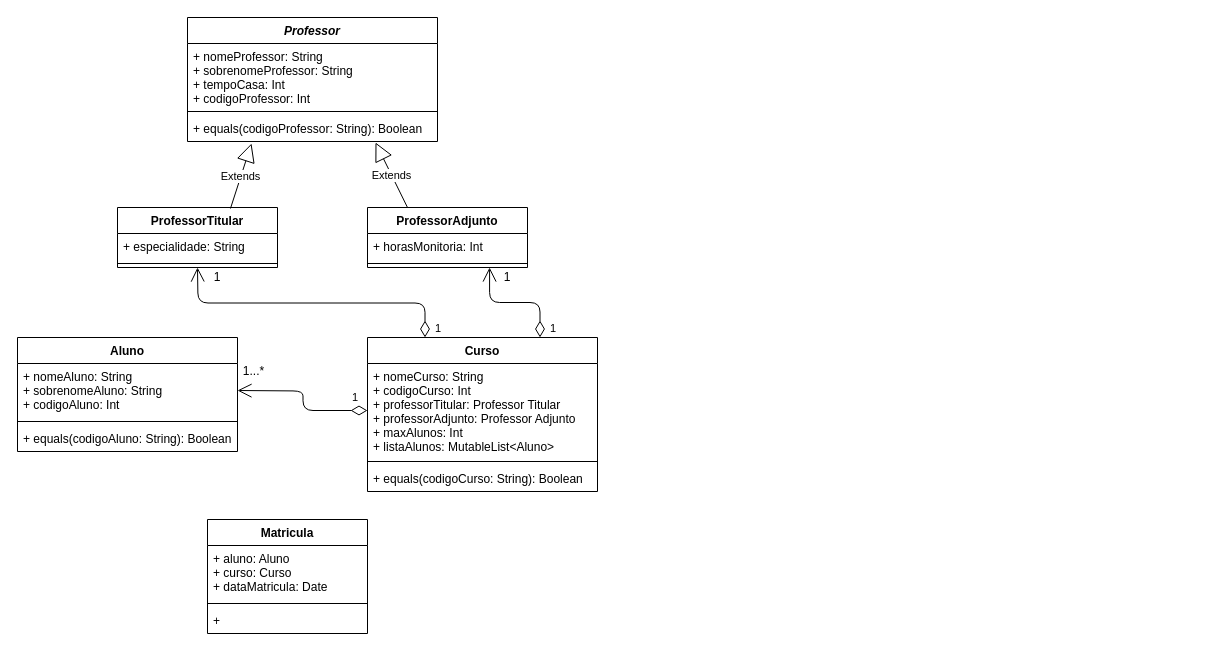
Before: DesafioKotlin_UML.drawio in marina-saito/DH_Desafio_Kotlin, a draw.io diagram. Source tidied: cells renumbered, new cells numbered last; positions are measured from the earlier drawing's top-left corner, leaving out a move shared by most shapes. Both pictures are drawn from the tidied source at 100%, with x=0, y=0 at pixel (17, 17).
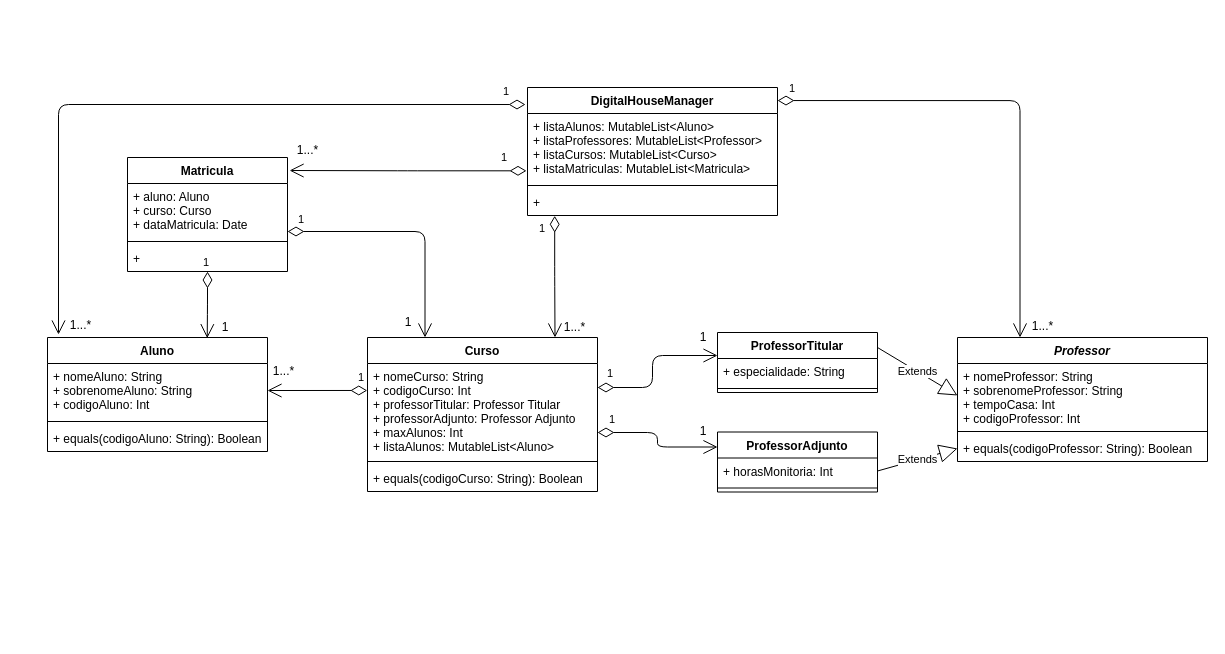
Above is the later version.

Commit message (it also covers changes not shown here):
Parte G - Criação da classe DigitalHouseManager

The change refers to these unchanged cells:
```xml
<mxCell id="6" value="+ horasMonitoria: Int" style="text;strokeColor=none;fillColor=none;align=left;verticalAlign=top;spacingLeft=4;spacingRight=4;overflow=hidden;points=[[0,0.5],[1,0.5]];portConstraint=eastwest;" parent="5" vertex="1">
  <mxGeometry y="26" width="160" height="26" as="geometry" />
</mxCell>
<mxCell id="7" style="line;strokeWidth=1;fillColor=none;align=left;verticalAlign=middle;spacingTop=-1;spacingLeft=3;spacingRight=3;labelPosition=right;points=[];portConstraint=eastwest;" parent="5" vertex="1">
  <mxGeometry y="52" width="160" height="8" as="geometry" />
</mxCell>
<mxCell id="9" value="+ nomeProfessor: String&#10;+ sobrenomeProfessor: String&#10;+ tempoCasa: Int&#10;+ codigoProfessor: Int" style="text;strokeColor=none;fillColor=none;align=left;verticalAlign=top;spacingLeft=4;spacingRight=4;overflow=hidden;points=[[0,0.5],[1,0.5]];portConstraint=eastwest;" parent="8" vertex="1">
  <mxGeometry y="26" width="250" height="64" as="geometry" />
</mxCell>
<mxCell id="11" value="+ equals(codigoProfessor: String): Boolean" style="text;strokeColor=none;fillColor=none;align=left;verticalAlign=top;spacingLeft=4;spacingRight=4;overflow=hidden;points=[[0,0.5],[1,0.5]];portConstraint=eastwest;" parent="8" vertex="1">
  <mxGeometry y="98" width="250" height="26" as="geometry" />
</mxCell>
<mxCell id="19" value="+ nomeAluno: String&#10;+ sobrenomeAluno: String&#10;+ codigoAluno: Int" style="text;strokeColor=none;fillColor=none;align=left;verticalAlign=top;spacingLeft=4;spacingRight=4;overflow=hidden;points=[[0,0.5],[1,0.5]];portConstraint=eastwest;" parent="18" vertex="1">
  <mxGeometry y="26" width="220" height="54" as="geometry" />
</mxCell>
<mxCell id="29" value="+ aluno: Aluno&#10;+ curso: Curso&#10;+ dataMatricula: Date" style="text;strokeColor=none;fillColor=none;align=left;verticalAlign=top;spacingLeft=4;spacingRight=4;overflow=hidden;points=[[0,0.5],[1,0.5]];portConstraint=eastwest;" parent="28" vertex="1">
  <mxGeometry y="26" width="160" height="54" as="geometry" />
</mxCell>
```

The edit, as a diff of the source:
```diff
@@
+    <mxCell id="12" value="Extends" style="endArrow=block;endSize=16;endFill=0;html=1;exitX=1;exitY=0.25;exitDx=0;exitDy=0;entryX=0;entryY=0.5;entryDx=0;entryDy=0;" parent="1" edge="1" source="2" target="9">
+      <mxGeometry relative="1" as="geometry" />
+    </mxCell>
+    <mxCell id="13" value="Extends" style="endArrow=block;endSize=16;endFill=0;html=1;exitX=1;exitY=0.5;exitDx=0;exitDy=0;entryX=0;entryY=0.5;entryDx=0;entryDy=0;" parent="1" edge="1" source="6" target="11">
+      <mxGeometry relative="1" as="geometry" />
+    </mxCell>
+    <mxCell id="14" value="Curso" style="swimlane;fontStyle=1;align=center;verticalAlign=top;horizontal=1;startSize=26;" parent="1" vertex="1">
+      <mxGeometry x="350" y="320" width="230" height="154" as="geometry" />
+    </mxCell>
+    <mxCell id="15" value="+ nomeCurso: String&#10;+ codigoCurso: Int&#10;+ professorTitular: Professor Titular&#10;+ professorAdjunto: Professor Adjunto&#10;+ maxAlunos: Int&#10;+ listaAlunos: MutableList&lt;Aluno&gt;" style="text;strokeColor=none;fillColor=none;align=left;verticalAlign=top;spacingLeft=4;spacingRight=4;overflow=hidden;points=[[0,0.5],[1,0.5]];portConstraint=eastwest;" parent="14" vertex="1">
+      <mxGeometry y="26" width="230" height="94" as="geometry" />
+    </mxCell>
+    <mxCell id="16" style="line;strokeWidth=1;fillColor=none;align=left;verticalAlign=middle;spacingTop=-1;spacingLeft=3;spacingRight=3;labelPosition=right;" parent="14" vertex="1">
+      <mxGeometry y="120" width="230" height="8" as="geometry" />
+    </mxCell>
+    <mxCell id="17" value="+ equals(codigoCurso: String): Boolean" style="text;strokeColor=none;fillColor=none;align=left;verticalAlign=top;spacingLeft=4;spacingRight=4;overflow=hidden;" parent="14" vertex="1">
+      <mxGeometry y="128" width="230" height="26" as="geometry" />
+    </mxCell>
+    <mxCell id="23" value="1" style="endArrow=open;html=1;endSize=12;startArrow=diamondThin;startSize=14;startFill=0;edgeStyle=orthogonalEdgeStyle;align=left;verticalAlign=bottom;exitX=1;exitY=0.734;exitDx=0;exitDy=0;entryX=0;entryY=0.25;entryDx=0;entryDy=0;exitPerimeter=0;" parent="1" edge="1" source="15" target="5">
+      <mxGeometry x="-0.85" y="4" relative="1" as="geometry">
+        <Array as="points">
+          <mxPoint x="640" y="415" />
+          <mxPoint x="640" y="430" />
+        </Array>
+      </mxGeometry>
+    </mxCell>
+    <mxCell id="24" value="1" style="text;html=1;strokeColor=none;fillColor=none;align=center;verticalAlign=middle;whiteSpace=wrap;rounded=0;" parent="1" vertex="1">
+      <mxGeometry x="676" y="404" width="20" height="20" as="geometry" />
+    </mxCell>
+    <mxCell id="25" value="1" style="text;html=1;strokeColor=none;fillColor=none;align=center;verticalAlign=middle;whiteSpace=wrap;rounded=0;" parent="1" vertex="1">
+      <mxGeometry x="676" y="310" width="20" height="20" as="geometry" />
+    </mxCell>
+    <mxCell id="26" value="1" style="endArrow=open;html=1;endSize=12;startArrow=diamondThin;startSize=14;startFill=0;edgeStyle=orthogonalEdgeStyle;align=left;verticalAlign=bottom;exitX=-0.001;exitY=0.287;exitDx=0;exitDy=0;entryX=1;entryY=0.5;entryDx=0;entryDy=0;exitPerimeter=0;" parent="1" edge="1" source="15" target="19">
+      <mxGeometry x="-0.77" y="-4" relative="1" as="geometry" />
+    </mxCell>
+    <mxCell id="27" value="1...*" style="text;html=1;strokeColor=none;fillColor=none;align=center;verticalAlign=middle;whiteSpace=wrap;rounded=0;" parent="1" vertex="1">
+      <mxGeometry x="253" y="344" width="27" height="20" as="geometry" />
+    </mxCell>
+    <mxCell id="32" value="1" style="endArrow=open;html=1;endSize=12;startArrow=diamondThin;startSize=14;startFill=0;edgeStyle=orthogonalEdgeStyle;align=left;verticalAlign=bottom;entryX=0.726;entryY=0.006;entryDx=0;entryDy=0;entryPerimeter=0;" parent="1" edge="1" source="28" target="18">
+      <mxGeometry x="-1" y="-7" relative="1" as="geometry">
+        <mxPoint x="1" as="offset" />
+      </mxGeometry>
+    </mxCell>
+    <mxCell id="33" value="1" style="text;html=1;strokeColor=none;fillColor=none;align=center;verticalAlign=middle;whiteSpace=wrap;rounded=0;" parent="1" vertex="1">
+      <mxGeometry x="198" y="300" width="20" height="20" as="geometry" />
+    </mxCell>
+    <mxCell id="34" value="1" style="endArrow=open;html=1;endSize=12;startArrow=diamondThin;startSize=14;startFill=0;edgeStyle=orthogonalEdgeStyle;align=left;verticalAlign=bottom;entryX=0.25;entryY=0;entryDx=0;entryDy=0;exitX=1;exitY=0.889;exitDx=0;exitDy=0;exitPerimeter=0;" parent="1" edge="1" source="29" target="14">
+      <mxGeometry x="-0.93" y="3" relative="1" as="geometry" />
+    </mxCell>
+    <mxCell id="35" value="1" style="text;html=1;strokeColor=none;fillColor=none;align=center;verticalAlign=middle;whiteSpace=wrap;rounded=0;" parent="1" vertex="1">
+      <mxGeometry x="381" y="295" width="20" height="20" as="geometry" />
+    </mxCell>
+    <mxCell id="36" value="DigitalHouseManager" style="swimlane;fontStyle=1;align=center;verticalAlign=top;horizontal=1;startSize=26;" parent="1" vertex="1">
+      <mxGeometry x="510" y="70" width="250" height="128" as="geometry" />
+    </mxCell>
+    <mxCell id="37" value="+ listaAlunos: MutableList&lt;Aluno&gt;&#10;+ listaProfessores: MutableList&lt;Professor&gt;&#10;+ listaCursos: MutableList&lt;Curso&gt;&#10;+ listaMatriculas: MutableList&lt;Matricula&gt;" style="text;strokeColor=none;fillColor=none;align=left;verticalAlign=top;spacingLeft=4;spacingRight=4;overflow=hidden;points=[[0,0.5],[1,0.5]];portConstraint=eastwest;" parent="36" vertex="1">
+      <mxGeometry y="26" width="250" height="68" as="geometry" />
+    </mxCell>
+    <mxCell id="38" style="line;strokeWidth=1;fillColor=none;align=left;verticalAlign=middle;spacingTop=-1;spacingLeft=3;spacingRight=3;labelPosition=right;" parent="36" vertex="1">
+      <mxGeometry y="94" width="250" height="8" as="geometry" />
+    </mxCell>
+    <mxCell id="39" value="+ " style="text;strokeColor=none;fillColor=none;align=left;verticalAlign=top;spacingLeft=4;spacingRight=4;overflow=hidden;" parent="36" vertex="1">
+      <mxGeometry y="102" width="250" height="26" as="geometry" />
+    </mxCell>
     <mxCell id="2" value="ProfessorTitular" style="swimlane;fontStyle=1;align=center;verticalAlign=top;horizontal=1;startSize=26;" parent="1" vertex="1">
-      <mxGeometry x="100" y="190" width="160" height="60" as="geometry" />
+      <mxGeometry x="700" y="315" width="160" height="60" as="geometry" />
     </mxCell>
@@
     <mxCell id="5" value="ProfessorAdjunto" style="swimlane;fontStyle=1;align=center;verticalAlign=top;horizontal=1;startSize=26;" parent="1" vertex="1">
-      <mxGeometry x="350" y="190" width="160" height="60" as="geometry" />
+      <mxGeometry x="700" y="414.5" width="160" height="60" as="geometry" />
     </mxCell>
@@
     <mxCell id="8" value="Professor" style="swimlane;fontStyle=3;align=center;verticalAlign=top;horizontal=1;startSize=26;" parent="1" vertex="1">
-      <mxGeometry x="170" width="250" height="124" as="geometry" />
+      <mxGeometry x="940" y="320" width="250" height="124" as="geometry" />
     </mxCell>
@@
-    <mxCell id="12" value="Extends" style="endArrow=block;endSize=16;endFill=0;html=1;exitX=0.706;exitY=0.017;exitDx=0;exitDy=0;entryX=0.256;entryY=1.077;entryDx=0;entryDy=0;entryPerimeter=0;exitPerimeter=0;" parent="1" edge="1" source="2" target="11">
-      <mxGeometry relative="1" as="geometry" />
-    </mxCell>
-    <mxCell id="13" value="Extends" style="endArrow=block;endSize=16;endFill=0;html=1;exitX=0.25;exitY=0;exitDx=0;exitDy=0;entryX=0.752;entryY=1.038;entryDx=0;entryDy=0;entryPerimeter=0;" parent="1" edge="1" source="5" target="11">
-      <mxGeometry relative="1" as="geometry" />
-    </mxCell>
-    <mxCell id="14" value="Curso" style="swimlane;fontStyle=1;align=center;verticalAlign=top;horizontal=1;startSize=26;" parent="1" vertex="1">
-      <mxGeometry x="350" y="320" width="230" height="154" as="geometry" />
-    </mxCell>
-    <mxCell id="15" value="+ nomeCurso: String&#10;+ codigoCurso: Int&#10;+ professorTitular: Professor Titular&#10;+ professorAdjunto: Professor Adjunto&#10;+ maxAlunos: Int&#10;+ listaAlunos: MutableList&lt;Aluno&gt;" style="text;strokeColor=none;fillColor=none;align=left;verticalAlign=top;spacingLeft=4;spacingRight=4;overflow=hidden;points=[[0,0.5],[1,0.5]];portConstraint=eastwest;" parent="14" vertex="1">
-      <mxGeometry y="26" width="230" height="94" as="geometry" />
-    </mxCell>
-    <mxCell id="16" style="line;strokeWidth=1;fillColor=none;align=left;verticalAlign=middle;spacingTop=-1;spacingLeft=3;spacingRight=3;labelPosition=right;" parent="14" vertex="1">
-      <mxGeometry y="120" width="230" height="8" as="geometry" />
-    </mxCell>
-    <mxCell id="17" value="+ equals(codigoCurso: String): Boolean" style="text;strokeColor=none;fillColor=none;align=left;verticalAlign=top;spacingLeft=4;spacingRight=4;overflow=hidden;" parent="14" vertex="1">
-      <mxGeometry y="128" width="230" height="26" as="geometry" />
-    </mxCell>
+    <mxCell id="40" value="1" style="endArrow=open;html=1;endSize=12;startArrow=diamondThin;startSize=14;startFill=0;edgeStyle=orthogonalEdgeStyle;align=left;verticalAlign=bottom;" parent="1" edge="1">
+      <mxGeometry x="-0.21" y="47" relative="1" as="geometry">
+        <mxPoint x="580" y="370" as="sourcePoint" />
+        <mxPoint x="700" y="338" as="targetPoint" />
+        <Array as="points">
+          <mxPoint x="635" y="369.8" />
+          <mxPoint x="635" y="337.8" />
+        </Array>
+      </mxGeometry>
+    </mxCell>
     <mxCell id="18" value="Aluno" style="swimlane;fontStyle=1;align=center;verticalAlign=top;horizontal=1;startSize=26;" parent="1" vertex="1">
-      <mxGeometry y="320" width="220" height="114" as="geometry" />
+      <mxGeometry x="30" y="320" width="220" height="114" as="geometry" />
     </mxCell>
@@
-    <mxCell id="22" value="1" style="endArrow=open;html=1;endSize=12;startArrow=diamondThin;startSize=14;startFill=0;edgeStyle=orthogonalEdgeStyle;align=left;verticalAlign=bottom;exitX=0.25;exitY=0;exitDx=0;exitDy=0;" parent="1" edge="1" source="14">
-      <mxGeometry x="-1" y="-7" relative="1" as="geometry">
-        <mxPoint x="180" y="250" as="targetPoint" />
-        <mxPoint x="1" as="offset" />
-      </mxGeometry>
-    </mxCell>
-    <mxCell id="23" value="1" style="endArrow=open;html=1;endSize=12;startArrow=diamondThin;startSize=14;startFill=0;edgeStyle=orthogonalEdgeStyle;align=left;verticalAlign=bottom;exitX=0.75;exitY=0;exitDx=0;exitDy=0;entryX=0.763;entryY=1;entryDx=0;entryDy=0;entryPerimeter=0;" parent="1" edge="1" source="14" target="7">
-      <mxGeometry x="-0.42" y="36" relative="1" as="geometry">
-        <mxPoint x="8" y="-1" as="offset" />
-      </mxGeometry>
-    </mxCell>
-    <mxCell id="24" value="1" style="text;html=1;strokeColor=none;fillColor=none;align=center;verticalAlign=middle;whiteSpace=wrap;rounded=0;" parent="1" vertex="1">
-      <mxGeometry x="190" y="250" width="20" height="20" as="geometry" />
-    </mxCell>
-    <mxCell id="25" value="1" style="text;html=1;strokeColor=none;fillColor=none;align=center;verticalAlign=middle;whiteSpace=wrap;rounded=0;" parent="1" vertex="1">
-      <mxGeometry x="480" y="250" width="20" height="20" as="geometry" />
-    </mxCell>
-    <mxCell id="26" value="1" style="endArrow=open;html=1;endSize=12;startArrow=diamondThin;startSize=14;startFill=0;edgeStyle=orthogonalEdgeStyle;align=left;verticalAlign=bottom;exitX=0;exitY=0.5;exitDx=0;exitDy=0;" parent="1" edge="1" source="15">
-      <mxGeometry x="-0.77" y="-4" relative="1" as="geometry">
-        <mxPoint x="220" y="373" as="targetPoint" />
-      </mxGeometry>
-    </mxCell>
-    <mxCell id="27" value="1...*" style="text;html=1;strokeColor=none;fillColor=none;align=center;verticalAlign=middle;whiteSpace=wrap;rounded=0;" parent="1" vertex="1">
-      <mxGeometry x="223" y="344" width="27" height="20" as="geometry" />
-    </mxCell>
     <mxCell id="28" value="Matricula" style="swimlane;fontStyle=1;align=center;verticalAlign=top;horizontal=1;startSize=26;" parent="1" vertex="1">
-      <mxGeometry x="190" y="502" width="160" height="114" as="geometry" />
+      <mxGeometry x="110" y="140" width="160" height="114" as="geometry" />
     </mxCell>
@@
+    <mxCell id="41" value="1" style="endArrow=open;html=1;endSize=12;startArrow=diamondThin;startSize=14;startFill=0;edgeStyle=orthogonalEdgeStyle;align=left;verticalAlign=bottom;exitX=-0.008;exitY=-0.132;exitDx=0;exitDy=0;entryX=0.05;entryY=-0.026;entryDx=0;entryDy=0;exitPerimeter=0;entryPerimeter=0;" parent="1" edge="1" source="37" target="18">
+      <mxGeometry x="-0.93" y="-4" relative="1" as="geometry" />
+    </mxCell>
+    <mxCell id="42" value="1...*" style="text;html=1;strokeColor=none;fillColor=none;align=center;verticalAlign=middle;whiteSpace=wrap;rounded=0;" parent="1" vertex="1">
+      <mxGeometry x="50" y="298" width="27" height="20" as="geometry" />
+    </mxCell>
+    <mxCell id="43" value="1" style="endArrow=open;html=1;endSize=12;startArrow=diamondThin;startSize=14;startFill=0;edgeStyle=orthogonalEdgeStyle;align=left;verticalAlign=bottom;exitX=1;exitY=0.102;exitDx=0;exitDy=0;entryX=0.25;entryY=0;entryDx=0;entryDy=0;exitPerimeter=0;" parent="1" edge="1" source="36" target="8">
+      <mxGeometry x="-0.96" y="3" relative="1" as="geometry" />
+    </mxCell>
+    <mxCell id="44" value="1...*" style="text;html=1;strokeColor=none;fillColor=none;align=center;verticalAlign=middle;whiteSpace=wrap;rounded=0;" parent="1" vertex="1">
+      <mxGeometry x="1012" y="299" width="27" height="20" as="geometry" />
+    </mxCell>
+    <mxCell id="45" value="1" style="endArrow=open;html=1;endSize=12;startArrow=diamondThin;startSize=14;startFill=0;edgeStyle=orthogonalEdgeStyle;align=left;verticalAlign=bottom;exitX=0.049;exitY=1.013;exitDx=0;exitDy=0;entryX=0.75;entryY=0;entryDx=0;entryDy=0;exitPerimeter=0;" parent="1" edge="1">
+      <mxGeometry x="-0.64" y="-17" relative="1" as="geometry">
+        <mxPoint x="537.2" y="198.3" as="sourcePoint" />
+        <mxPoint x="537.5" y="320" as="targetPoint" />
+        <Array as="points">
+          <mxPoint x="537" y="259" />
+        </Array>
+      </mxGeometry>
+    </mxCell>
+    <mxCell id="46" value="1...*" style="text;html=1;strokeColor=none;fillColor=none;align=center;verticalAlign=middle;whiteSpace=wrap;rounded=0;" parent="1" vertex="1">
+      <mxGeometry x="544" y="300" width="27" height="20" as="geometry" />
+    </mxCell>
+    <mxCell id="47" value="1" style="endArrow=open;html=1;endSize=12;startArrow=diamondThin;startSize=14;startFill=0;edgeStyle=orthogonalEdgeStyle;align=left;verticalAlign=bottom;exitX=-0.004;exitY=0.843;exitDx=0;exitDy=0;entryX=1.013;entryY=0.114;entryDx=0;entryDy=0;entryPerimeter=0;exitPerimeter=0;" parent="1" edge="1" source="37" target="28">
+      <mxGeometry x="-0.77" y="-4" relative="1" as="geometry" />
+    </mxCell>
+    <mxCell id="48" value="1...*" style="text;html=1;strokeColor=none;fillColor=none;align=center;verticalAlign=middle;whiteSpace=wrap;rounded=0;" parent="1" vertex="1">
+      <mxGeometry x="277" y="123" width="27" height="20" as="geometry" />
+    </mxCell>
```
